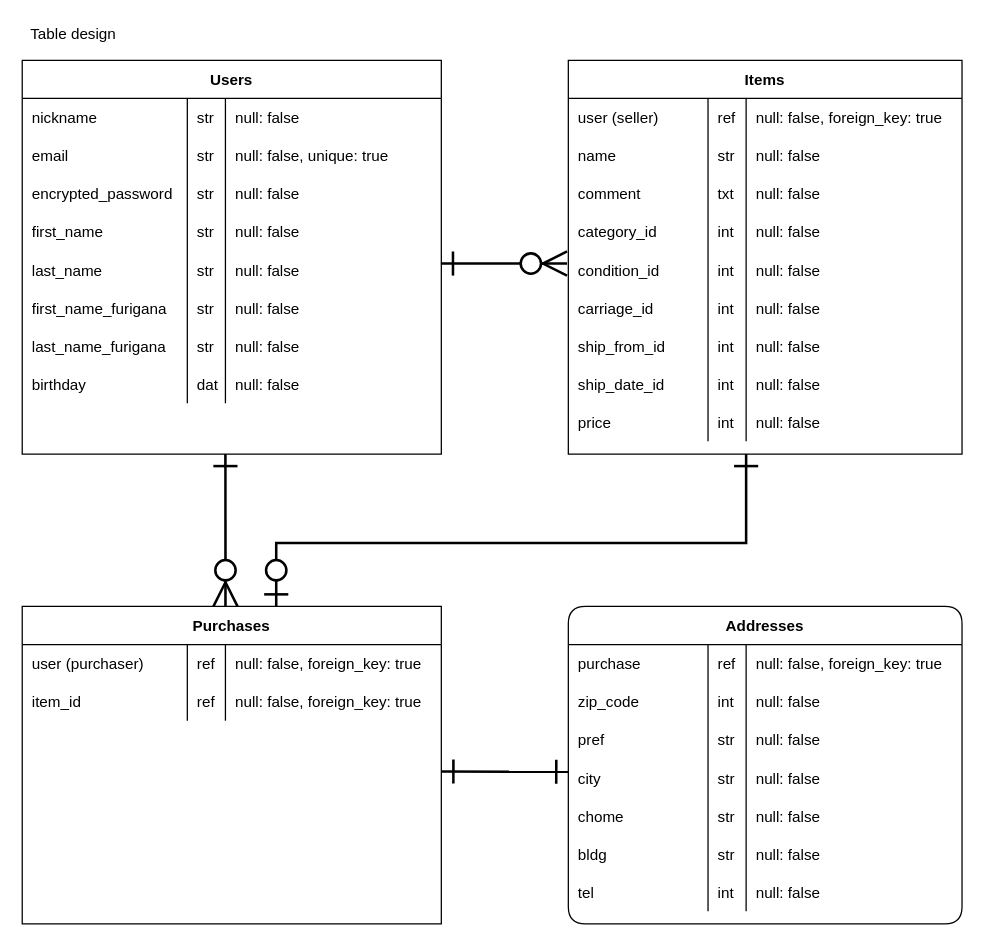
This is ERmap.dio from s-inoway/furima-28637, a draw.io file, before an edit. Source tidied: cells renumbered, new cells numbered last; positions are measured from the earlier drawing's top-left corner, leaving out a move shared by most shapes. Both pictures are drawn from the tidied source at 127%, with x=0, y=0 at pixel (22, 22).
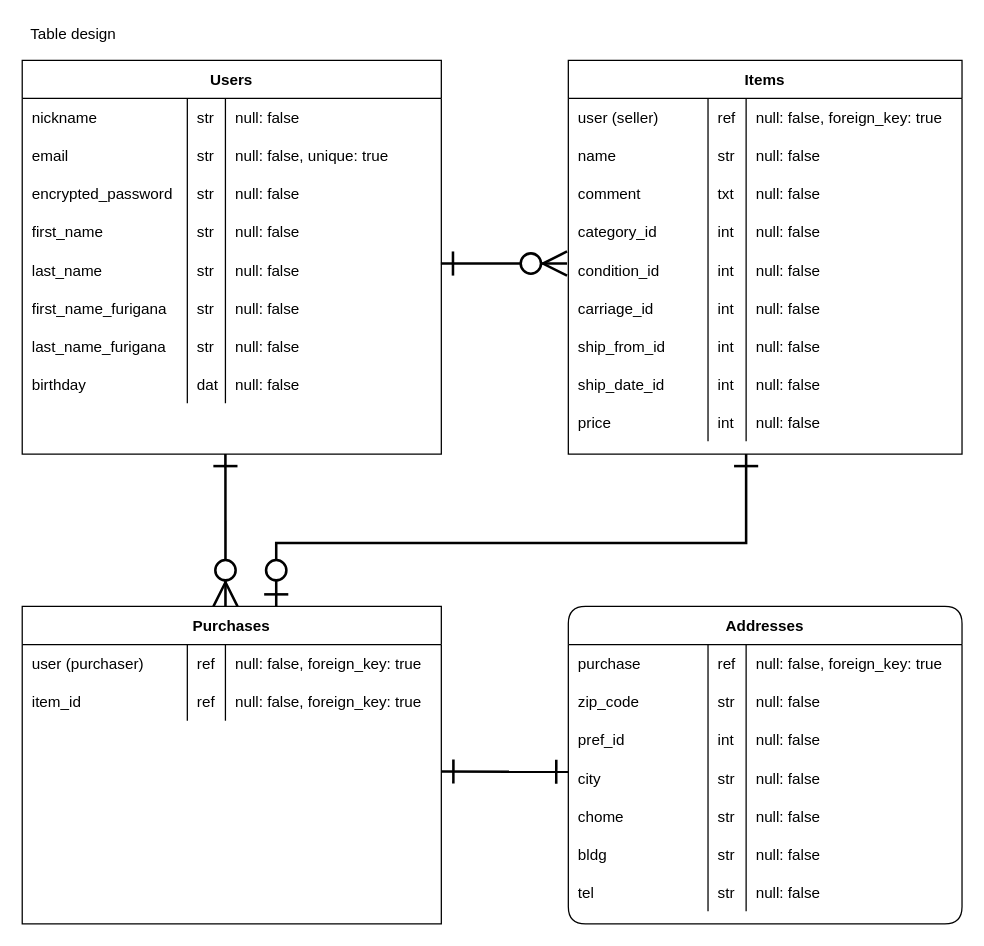
Above is the later version.

Commit message (it also covers changes not shown here):
addressesテーブルの修正

Unchanged cells that the change refers to:
```xml
<mxCell id="89" style="shape=partialRectangle;fillColor=none;top=0;left=0;bottom=0;right=0;" parent="84" vertex="1">
  <mxGeometry y="60" width="310" height="30" as="geometry" />
</mxCell>
<mxCell id="93" style="shape=partialRectangle;fillColor=none;top=0;left=0;bottom=0;right=0;" parent="84" vertex="1">
  <mxGeometry y="90" width="310" height="30" as="geometry" />
</mxCell>
<mxCell id="109" style="shape=partialRectangle;fillColor=none;top=0;left=0;bottom=0;right=0;" parent="84" vertex="1">
  <mxGeometry y="210" width="310" height="30" as="geometry" />
</mxCell>
```

The edit, as a diff of the source:
```diff
@@
-    <mxCell id="91" value="int" style="shape=partialRectangle;fillColor=none;top=0;left=0;bottom=0;right=0;align=left;spacingLeft=6;overflow=hidden;" parent="89" vertex="1">
+    <mxCell id="91" value="str" style="shape=partialRectangle;fillColor=none;top=0;left=0;bottom=0;right=0;align=left;spacingLeft=6;overflow=hidden;" parent="89" vertex="1">
       <mxGeometry x="110" width="30" height="30" as="geometry" />
     </mxCell>
@@
-    <mxCell id="94" value="pref" style="shape=partialRectangle;fillColor=none;top=0;left=0;bottom=0;right=0;align=left;spacingLeft=6;overflow=hidden;" parent="93" vertex="1">
+    <mxCell id="94" value="pref_id" style="shape=partialRectangle;fillColor=none;top=0;left=0;bottom=0;right=0;align=left;spacingLeft=6;overflow=hidden;" parent="93" vertex="1">
       <mxGeometry width="110" height="30" as="geometry" />
     </mxCell>
-    <mxCell id="95" value="str" style="shape=partialRectangle;fillColor=none;top=0;left=0;bottom=0;right=0;align=left;spacingLeft=6;overflow=hidden;" parent="93" vertex="1">
+    <mxCell id="95" value="int" style="shape=partialRectangle;fillColor=none;top=0;left=0;bottom=0;right=0;align=left;spacingLeft=6;overflow=hidden;" parent="93" vertex="1">
       <mxGeometry x="110" width="30" height="30" as="geometry" />
     </mxCell>
@@
-    <mxCell id="111" value="int" style="shape=partialRectangle;fillColor=none;top=0;left=0;bottom=0;right=0;align=left;spacingLeft=6;overflow=hidden;" parent="109" vertex="1">
+    <mxCell id="111" value="str" style="shape=partialRectangle;fillColor=none;top=0;left=0;bottom=0;right=0;align=left;spacingLeft=6;overflow=hidden;" parent="109" vertex="1">
       <mxGeometry x="110" width="30" height="30" as="geometry" />
     </mxCell>
```
